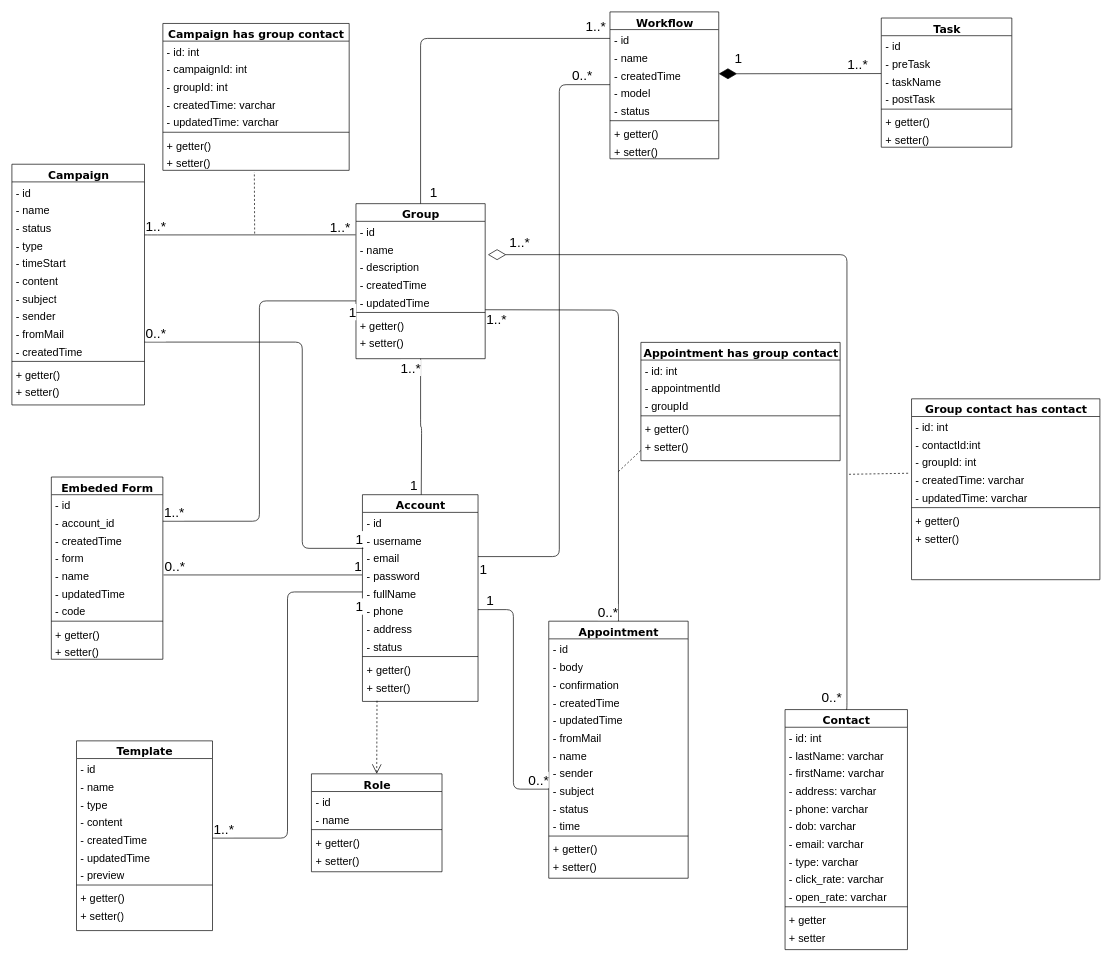
archiskz/EmailMarketing keeps this draw.io diagram as Documents/Diagram/classdiagram.drawio. Above is the earlier version. Source tidied: cells renumbered, new cells numbered last; positions are measured from the earlier drawing's top-left corner, leaving out a move shared by most shapes. Both pictures are drawn from the tidied source at 68%, with x=0, y=0 at pixel (12, 12).
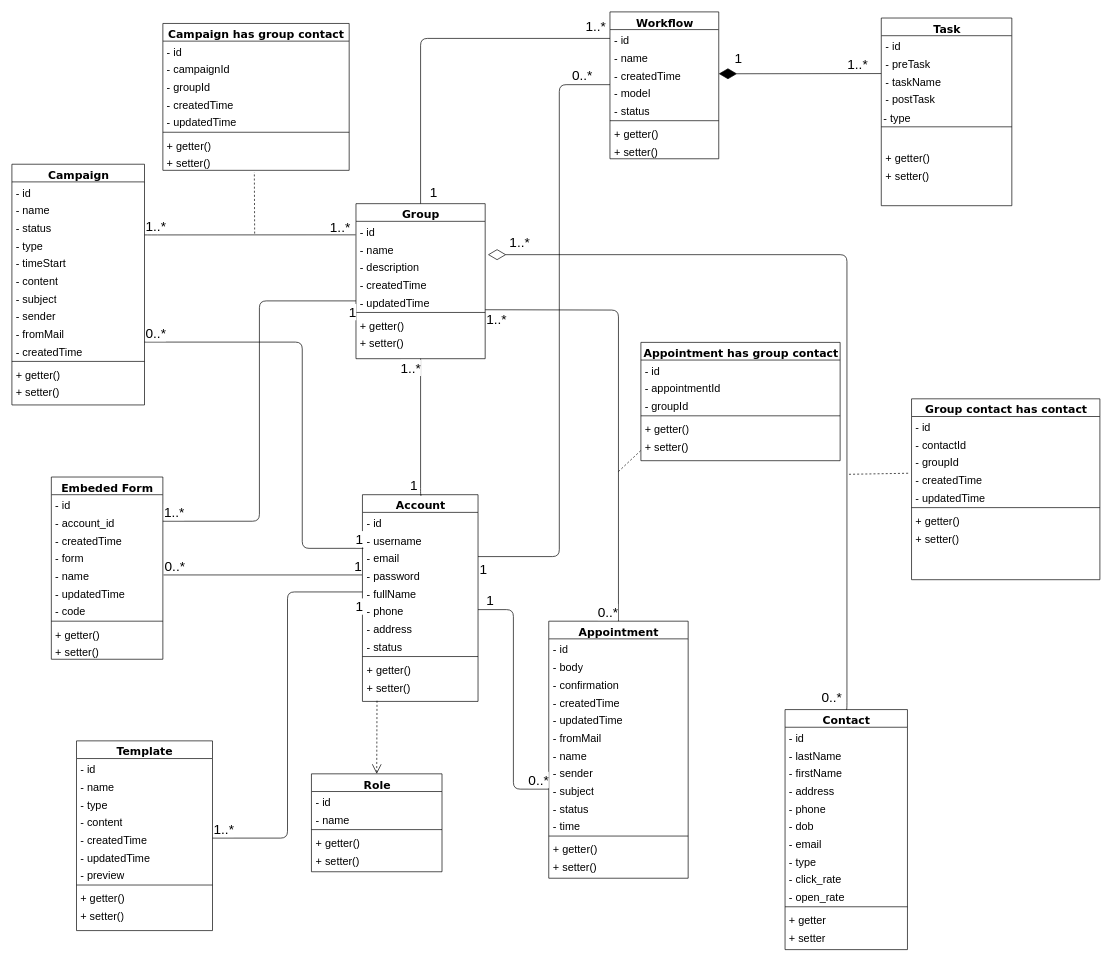
The same page after the edit.

The change refers to these unchanged cells:
```xml
<mxCell id="2" value="Group" style="swimlane;html=1;fontStyle=1;align=center;verticalAlign=top;horizontal=1;startSize=26;swimlaneFillColor=#ffffff;rounded=0;shadow=0;comic=0;labelBackgroundColor=none;strokeColor=#000000;strokeWidth=1;fillColor=none;fontFamily=Verdana;fontSize=16;fontColor=#000000;" parent="1" vertex="1">
  <mxGeometry x="506" y="282" width="190" height="228" as="geometry" />
</mxCell>
<mxCell id="11" value="Contact" style="swimlane;html=1;fontStyle=1;align=center;verticalAlign=top;horizontal=1;startSize=26;swimlaneFillColor=#ffffff;rounded=0;shadow=0;comic=0;labelBackgroundColor=none;strokeColor=#000000;strokeWidth=1;fillColor=none;fontFamily=Verdana;fontSize=16;fontColor=#000000;" parent="1" vertex="1">
  <mxGeometry x="1137" y="1026" width="180" height="353" as="geometry" />
</mxCell>
<mxCell id="143" value="Appointment has group contact" style="swimlane;html=1;fontStyle=1;align=center;verticalAlign=top;horizontal=1;startSize=26;swimlaneFillColor=#ffffff;rounded=0;shadow=0;comic=0;labelBackgroundColor=none;strokeColor=#000000;strokeWidth=1;fillColor=none;fontFamily=Verdana;fontSize=16;fontColor=#000000;" parent="1" vertex="1">
  <mxGeometry x="925" y="486" width="293" height="174" as="geometry" />
</mxCell>
<mxCell id="152" value="Group contact has contact" style="swimlane;html=1;fontStyle=1;align=center;verticalAlign=top;horizontal=1;startSize=26;swimlaneFillColor=#ffffff;rounded=0;shadow=0;comic=0;labelBackgroundColor=none;strokeColor=#000000;strokeWidth=1;fillColor=none;fontFamily=Verdana;fontSize=16;fontColor=#000000;" parent="1" vertex="1">
  <mxGeometry x="1323" y="569" width="277" height="266" as="geometry" />
</mxCell>
<mxCell id="162" value="Campaign has group contact&lt;br&gt;" style="swimlane;html=1;fontStyle=1;align=center;verticalAlign=top;horizontal=1;startSize=26;swimlaneFillColor=#ffffff;rounded=0;shadow=0;comic=0;labelBackgroundColor=none;strokeColor=#000000;strokeWidth=1;fillColor=none;fontFamily=Verdana;fontSize=16;fontColor=#000000;" parent="1" vertex="1">
  <mxGeometry x="222" y="17" width="274" height="216" as="geometry" />
</mxCell>
```

The edit, as a diff of the source:
```diff
@@
-    <mxCell id="12" value="- id: int" style="text;html=1;strokeColor=none;fillColor=none;align=left;verticalAlign=top;spacingLeft=4;spacingRight=4;whiteSpace=wrap;overflow=hidden;fontSize=16;" parent="11" vertex="1">
+    <mxCell id="12" value="- id" style="text;html=1;strokeColor=none;fillColor=none;align=left;verticalAlign=top;spacingLeft=4;spacingRight=4;whiteSpace=wrap;overflow=hidden;fontSize=16;" parent="11" vertex="1">
       <mxGeometry y="26" width="180" height="26" as="geometry" />
     </mxCell>
-    <mxCell id="13" value="- lastName: varchar" style="text;html=1;strokeColor=none;fillColor=none;align=left;verticalAlign=top;spacingLeft=4;spacingRight=4;whiteSpace=wrap;overflow=hidden;fontSize=16;" parent="11" vertex="1">
+    <mxCell id="13" value="- lastName" style="text;html=1;strokeColor=none;fillColor=none;align=left;verticalAlign=top;spacingLeft=4;spacingRight=4;whiteSpace=wrap;overflow=hidden;fontSize=16;" parent="11" vertex="1">
       <mxGeometry y="52" width="180" height="26" as="geometry" />
     </mxCell>
-    <mxCell id="14" value="- firstName: varchar" style="text;html=1;strokeColor=none;fillColor=none;align=left;verticalAlign=top;spacingLeft=4;spacingRight=4;whiteSpace=wrap;overflow=hidden;fontSize=16;" parent="11" vertex="1">
+    <mxCell id="14" value="- firstName" style="text;html=1;strokeColor=none;fillColor=none;align=left;verticalAlign=top;spacingLeft=4;spacingRight=4;whiteSpace=wrap;overflow=hidden;fontSize=16;" parent="11" vertex="1">
       <mxGeometry y="78" width="180" height="26" as="geometry" />
     </mxCell>
-    <mxCell id="15" value="- address: varchar" style="text;html=1;strokeColor=none;fillColor=none;align=left;verticalAlign=top;spacingLeft=4;spacingRight=4;whiteSpace=wrap;overflow=hidden;fontSize=16;" parent="11" vertex="1">
+    <mxCell id="15" value="- address" style="text;html=1;strokeColor=none;fillColor=none;align=left;verticalAlign=top;spacingLeft=4;spacingRight=4;whiteSpace=wrap;overflow=hidden;fontSize=16;" parent="11" vertex="1">
       <mxGeometry y="104" width="180" height="26" as="geometry" />
     </mxCell>
-    <mxCell id="16" value="- phone: varchar" style="text;html=1;strokeColor=none;fillColor=none;align=left;verticalAlign=top;spacingLeft=4;spacingRight=4;whiteSpace=wrap;overflow=hidden;fontSize=16;" parent="11" vertex="1">
+    <mxCell id="16" value="- phone" style="text;html=1;strokeColor=none;fillColor=none;align=left;verticalAlign=top;spacingLeft=4;spacingRight=4;whiteSpace=wrap;overflow=hidden;fontSize=16;" parent="11" vertex="1">
       <mxGeometry y="130" width="180" height="26" as="geometry" />
     </mxCell>
-    <mxCell id="17" value="- dob: varchar" style="text;html=1;strokeColor=none;fillColor=none;align=left;verticalAlign=top;spacingLeft=4;spacingRight=4;whiteSpace=wrap;overflow=hidden;fontSize=16;" parent="11" vertex="1">
+    <mxCell id="17" value="- dob" style="text;html=1;strokeColor=none;fillColor=none;align=left;verticalAlign=top;spacingLeft=4;spacingRight=4;whiteSpace=wrap;overflow=hidden;fontSize=16;" parent="11" vertex="1">
       <mxGeometry y="156" width="180" height="26" as="geometry" />
     </mxCell>
-    <mxCell id="18" value="- email: varchar" style="text;html=1;strokeColor=none;fillColor=none;align=left;verticalAlign=top;spacingLeft=4;spacingRight=4;whiteSpace=wrap;overflow=hidden;fontSize=16;" parent="11" vertex="1">
+    <mxCell id="18" value="- email" style="text;html=1;strokeColor=none;fillColor=none;align=left;verticalAlign=top;spacingLeft=4;spacingRight=4;whiteSpace=wrap;overflow=hidden;fontSize=16;" parent="11" vertex="1">
       <mxGeometry y="182" width="180" height="26" as="geometry" />
     </mxCell>
-    <mxCell id="19" value="- type: varchar" style="text;html=1;strokeColor=none;fillColor=none;align=left;verticalAlign=top;spacingLeft=4;spacingRight=4;whiteSpace=wrap;overflow=hidden;fontSize=16;" parent="11" vertex="1">
+    <mxCell id="19" value="- type" style="text;html=1;strokeColor=none;fillColor=none;align=left;verticalAlign=top;spacingLeft=4;spacingRight=4;whiteSpace=wrap;overflow=hidden;fontSize=16;" parent="11" vertex="1">
       <mxGeometry y="208" width="180" height="26" as="geometry" />
     </mxCell>
-    <mxCell id="20" value="- click_rate: varchar" style="text;html=1;strokeColor=none;fillColor=none;align=left;verticalAlign=top;spacingLeft=4;spacingRight=4;whiteSpace=wrap;overflow=hidden;fontSize=16;" parent="11" vertex="1">
+    <mxCell id="20" value="- click_rate" style="text;html=1;strokeColor=none;fillColor=none;align=left;verticalAlign=top;spacingLeft=4;spacingRight=4;whiteSpace=wrap;overflow=hidden;fontSize=16;" parent="11" vertex="1">
       <mxGeometry y="234" width="180" height="26" as="geometry" />
     </mxCell>
-    <mxCell id="21" value="- open_rate: varchar" style="text;html=1;strokeColor=none;fillColor=none;align=left;verticalAlign=top;spacingLeft=4;spacingRight=4;whiteSpace=wrap;overflow=hidden;fontSize=16;" parent="11" vertex="1">
+    <mxCell id="21" value="- open_rate" style="text;html=1;strokeColor=none;fillColor=none;align=left;verticalAlign=top;spacingLeft=4;spacingRight=4;whiteSpace=wrap;overflow=hidden;fontSize=16;" parent="11" vertex="1">
       <mxGeometry y="260" width="180" height="26" as="geometry" />
     </mxCell>
@@
     <mxCell id="97" value="Task" style="swimlane;html=1;fontStyle=1;align=center;verticalAlign=top;horizontal=1;startSize=26;swimlaneFillColor=#ffffff;rounded=0;shadow=0;comic=0;labelBackgroundColor=none;strokeColor=#000000;strokeWidth=1;fillColor=none;fontFamily=Verdana;fontSize=16;fontColor=#000000;" parent="1" vertex="1">
-      <mxGeometry x="1278.5" y="9" width="192" height="190" as="geometry" />
+      <mxGeometry x="1278.5" y="9" width="192" height="276" as="geometry" />
     </mxCell>
@@
     <mxCell id="102" style="line;html=1;strokeWidth=1;fillColor=none;align=left;verticalAlign=middle;spacingTop=-1;spacingLeft=3;spacingRight=3;labelPosition=right;fontSize=16;" parent="97" vertex="1">
-      <mxGeometry y="130" width="192" height="8" as="geometry" />
+      <mxGeometry y="130" width="192" height="60" as="geometry" />
     </mxCell>
     <mxCell id="103" value="+ getter()" style="text;html=1;strokeColor=none;fillColor=none;align=left;verticalAlign=top;spacingLeft=4;spacingRight=4;whiteSpace=wrap;overflow=hidden;fontSize=16;" parent="97" vertex="1">
-      <mxGeometry y="138" width="192" height="26" as="geometry" />
+      <mxGeometry y="190" width="192" height="26" as="geometry" />
     </mxCell>
     <mxCell id="104" value="+ setter()" style="text;html=1;strokeColor=none;fillColor=none;align=left;verticalAlign=top;spacingLeft=4;spacingRight=4;whiteSpace=wrap;overflow=hidden;fontSize=16;" parent="97" vertex="1">
-      <mxGeometry y="164" width="192" height="26" as="geometry" />
+      <mxGeometry y="216" width="192" height="26" as="geometry" />
     </mxCell>
@@
     <mxCell id="111" style="endArrow=none;html=1;edgeStyle=orthogonalEdgeStyle;fontSize=20;entryX=0.5;entryY=1;entryDx=0;entryDy=0;" parent="1" edge="1" target="2">
       <mxGeometry relative="1" as="geometry">
         <mxPoint x="602" y="710" as="sourcePoint" />
+        <Array as="points">
+          <mxPoint x="601" y="711" />
+        </Array>
       </mxGeometry>
     </mxCell>
@@
-    <mxCell id="144" value="- id: int" style="text;html=1;strokeColor=none;fillColor=none;align=left;verticalAlign=top;spacingLeft=4;spacingRight=4;whiteSpace=wrap;overflow=hidden;fontSize=16;" parent="143" vertex="1">
+    <mxCell id="144" value="- id" style="text;html=1;strokeColor=none;fillColor=none;align=left;verticalAlign=top;spacingLeft=4;spacingRight=4;whiteSpace=wrap;overflow=hidden;fontSize=16;" parent="143" vertex="1">
       <mxGeometry y="26" width="293" height="26" as="geometry" />
     </mxCell>
@@
-    <mxCell id="153" value="- id: int" style="text;html=1;strokeColor=none;fillColor=none;align=left;verticalAlign=top;spacingLeft=4;spacingRight=4;whiteSpace=wrap;overflow=hidden;fontSize=16;" parent="152" vertex="1">
+    <mxCell id="153" value="- id" style="text;html=1;strokeColor=none;fillColor=none;align=left;verticalAlign=top;spacingLeft=4;spacingRight=4;whiteSpace=wrap;overflow=hidden;fontSize=16;" parent="152" vertex="1">
       <mxGeometry y="26" width="277" height="26" as="geometry" />
     </mxCell>
-    <mxCell id="154" value="- contactId:int" style="text;html=1;strokeColor=none;fillColor=none;align=left;verticalAlign=top;spacingLeft=4;spacingRight=4;whiteSpace=wrap;overflow=hidden;fontSize=16;" parent="152" vertex="1">
+    <mxCell id="154" value="- contactId" style="text;html=1;strokeColor=none;fillColor=none;align=left;verticalAlign=top;spacingLeft=4;spacingRight=4;whiteSpace=wrap;overflow=hidden;fontSize=16;" parent="152" vertex="1">
       <mxGeometry y="52" width="277" height="26" as="geometry" />
     </mxCell>
-    <mxCell id="155" value="- groupId: int" style="text;html=1;strokeColor=none;fillColor=none;align=left;verticalAlign=top;spacingLeft=4;spacingRight=4;whiteSpace=wrap;overflow=hidden;fontSize=16;" parent="152" vertex="1">
+    <mxCell id="155" value="- groupId" style="text;html=1;strokeColor=none;fillColor=none;align=left;verticalAlign=top;spacingLeft=4;spacingRight=4;whiteSpace=wrap;overflow=hidden;fontSize=16;" parent="152" vertex="1">
       <mxGeometry y="78" width="277" height="26" as="geometry" />
     </mxCell>
-    <mxCell id="156" value="- createdTime: varchar" style="text;html=1;strokeColor=none;fillColor=none;align=left;verticalAlign=top;spacingLeft=4;spacingRight=4;whiteSpace=wrap;overflow=hidden;points=[[0,0.5],[1,0.5]];portConstraint=eastwest;fontSize=16;" parent="152" vertex="1">
+    <mxCell id="156" value="- createdTime" style="text;html=1;strokeColor=none;fillColor=none;align=left;verticalAlign=top;spacingLeft=4;spacingRight=4;whiteSpace=wrap;overflow=hidden;points=[[0,0.5],[1,0.5]];portConstraint=eastwest;fontSize=16;" parent="152" vertex="1">
       <mxGeometry y="104" width="277" height="26" as="geometry" />
     </mxCell>
-    <mxCell id="157" value="- updatedTime: varchar" style="text;html=1;strokeColor=none;fillColor=none;align=left;verticalAlign=top;spacingLeft=4;spacingRight=4;whiteSpace=wrap;overflow=hidden;fontSize=16;" parent="152" vertex="1">
+    <mxCell id="157" value="- updatedTime" style="text;html=1;strokeColor=none;fillColor=none;align=left;verticalAlign=top;spacingLeft=4;spacingRight=4;whiteSpace=wrap;overflow=hidden;fontSize=16;" parent="152" vertex="1">
       <mxGeometry y="130" width="277" height="26" as="geometry" />
     </mxCell>
@@
-    <mxCell id="163" value="- id: int" style="text;html=1;strokeColor=none;fillColor=none;align=left;verticalAlign=top;spacingLeft=4;spacingRight=4;whiteSpace=wrap;overflow=hidden;fontSize=16;" parent="162" vertex="1">
+    <mxCell id="163" value="- id" style="text;html=1;strokeColor=none;fillColor=none;align=left;verticalAlign=top;spacingLeft=4;spacingRight=4;whiteSpace=wrap;overflow=hidden;fontSize=16;" parent="162" vertex="1">
       <mxGeometry y="26" width="274" height="26" as="geometry" />
     </mxCell>
-    <mxCell id="164" value="- campaignId: int" style="text;html=1;strokeColor=none;fillColor=none;align=left;verticalAlign=top;spacingLeft=4;spacingRight=4;whiteSpace=wrap;overflow=hidden;fontSize=16;" parent="162" vertex="1">
+    <mxCell id="164" value="- campaignId" style="text;html=1;strokeColor=none;fillColor=none;align=left;verticalAlign=top;spacingLeft=4;spacingRight=4;whiteSpace=wrap;overflow=hidden;fontSize=16;" parent="162" vertex="1">
       <mxGeometry y="52" width="274" height="26" as="geometry" />
     </mxCell>
-    <mxCell id="165" value="- groupId: int" style="text;html=1;strokeColor=none;fillColor=none;align=left;verticalAlign=top;spacingLeft=4;spacingRight=4;whiteSpace=wrap;overflow=hidden;fontSize=16;" parent="162" vertex="1">
+    <mxCell id="165" value="- groupId" style="text;html=1;strokeColor=none;fillColor=none;align=left;verticalAlign=top;spacingLeft=4;spacingRight=4;whiteSpace=wrap;overflow=hidden;fontSize=16;" parent="162" vertex="1">
       <mxGeometry y="78" width="274" height="26" as="geometry" />
     </mxCell>
-    <mxCell id="166" value="- createdTime: varchar" style="text;html=1;strokeColor=none;fillColor=none;align=left;verticalAlign=top;spacingLeft=4;spacingRight=4;whiteSpace=wrap;overflow=hidden;fontSize=16;" parent="162" vertex="1">
+    <mxCell id="166" value="- createdTime" style="text;html=1;strokeColor=none;fillColor=none;align=left;verticalAlign=top;spacingLeft=4;spacingRight=4;whiteSpace=wrap;overflow=hidden;fontSize=16;" parent="162" vertex="1">
       <mxGeometry y="104" width="274" height="26" as="geometry" />
     </mxCell>
-    <mxCell id="167" value="- updatedTime: varchar" style="text;html=1;strokeColor=none;fillColor=none;align=left;verticalAlign=top;spacingLeft=4;spacingRight=4;whiteSpace=wrap;overflow=hidden;fontSize=16;" parent="162" vertex="1">
+    <mxCell id="167" value="- updatedTime" style="text;html=1;strokeColor=none;fillColor=none;align=left;verticalAlign=top;spacingLeft=4;spacingRight=4;whiteSpace=wrap;overflow=hidden;fontSize=16;" parent="162" vertex="1">
       <mxGeometry y="130" width="274" height="26" as="geometry" />
     </mxCell>
@@
+    <mxCell id="177" value="&lt;font style=&quot;font-size: 16px&quot;&gt;- type&lt;/font&gt;" style="text;html=1;" parent="1" vertex="1">
+      <mxGeometry x="1280" y="141" width="190" height="23" as="geometry" />
+    </mxCell>
```
